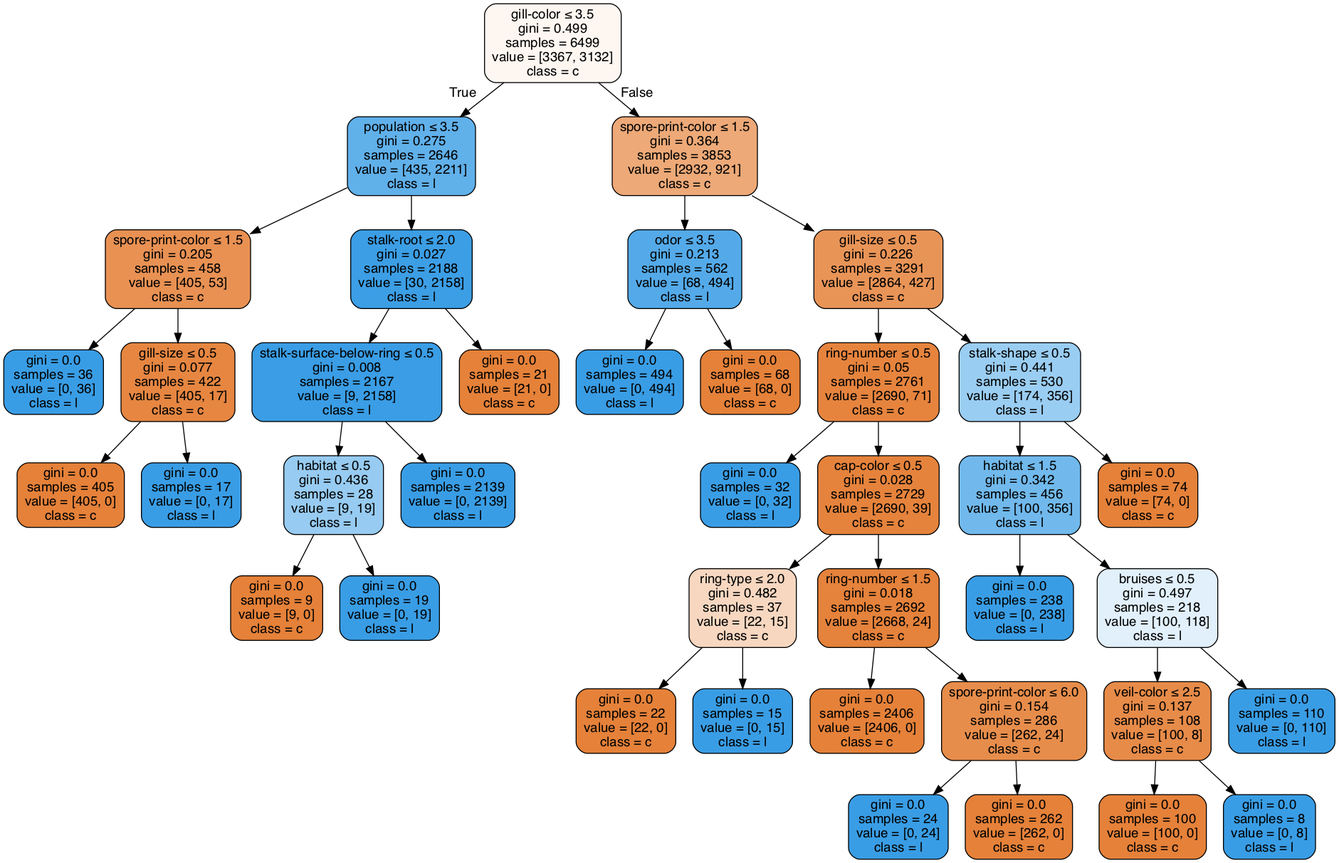
anhle199/Intro2AI-HCMUS keeps this Graphviz diagram as Lab02/clf-80-20.gv.png. Above is the earlier version. Its source is kept beside it as Lab02/clf-80-20.gv.
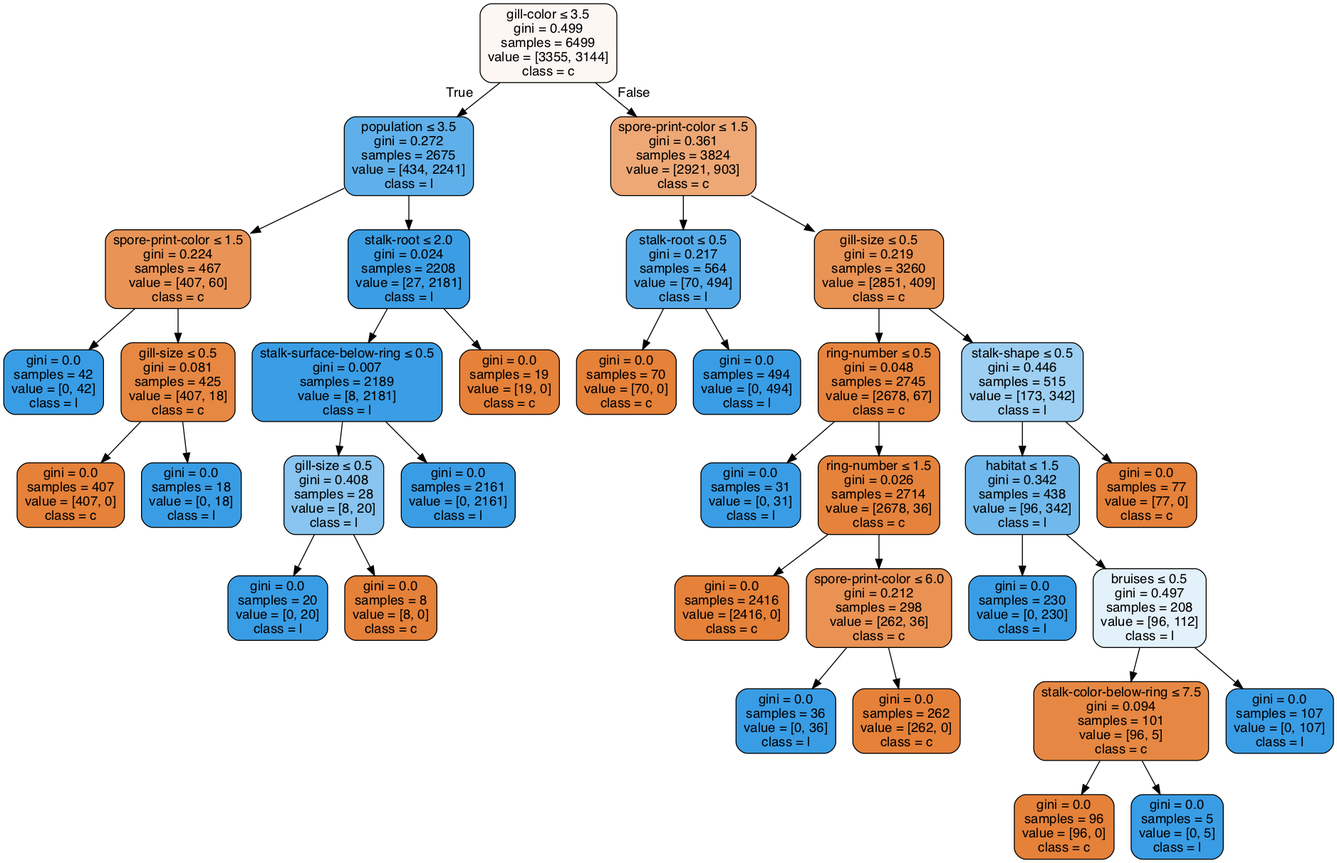
After the commit.

Diff of the diagram source:
```diff
@@ -1,81 +1,73 @@
 digraph Tree {
 node [shape=box, style="filled, rounded", color="black", fontname=helvetica] ;
 edge [fontname=helvetica] ;
-0 [label=<gill-color &le; 3.5<br/>gini = 0.499<br/>samples = 6499<br/>value = [3367, 3132]<br/>class = c>, fillcolor="#fdf6f1"] ;
-1 [label=<population &le; 3.5<br/>gini = 0.275<br/>samples = 2646<br/>value = [435, 2211]<br/>class = l>, fillcolor="#60b0ea"] ;
+0 [label=<gill-color &le; 3.5<br/>gini = 0.499<br/>samples = 6499<br/>value = [3355, 3144]<br/>class = c>, fillcolor="#fdf7f3"] ;
+1 [label=<population &le; 3.5<br/>gini = 0.272<br/>samples = 2675<br/>value = [434, 2241]<br/>class = l>, fillcolor="#5fb0ea"] ;
 0 -> 1 [labeldistance=2.5, labelangle=45, headlabel="True"] ;
-2 [label=<spore-print-color &le; 1.5<br/>gini = 0.205<br/>samples = 458<br/>value = [405, 53]<br/>class = c>, fillcolor="#e89153"] ;
+2 [label=<spore-print-color &le; 1.5<br/>gini = 0.224<br/>samples = 467<br/>value = [407, 60]<br/>class = c>, fillcolor="#e99456"] ;
 1 -> 2 ;
-3 [label=<gini = 0.0<br/>samples = 36<br/>value = [0, 36]<br/>class = l>, fillcolor="#399de5"] ;
+3 [label=<gini = 0.0<br/>samples = 42<br/>value = [0, 42]<br/>class = l>, fillcolor="#399de5"] ;
 2 -> 3 ;
-4 [label=<gill-size &le; 0.5<br/>gini = 0.077<br/>samples = 422<br/>value = [405, 17]<br/>class = c>, fillcolor="#e68641"] ;
+4 [label=<gill-size &le; 0.5<br/>gini = 0.081<br/>samples = 425<br/>value = [407, 18]<br/>class = c>, fillcolor="#e68742"] ;
 2 -> 4 ;
-5 [label=<gini = 0.0<br/>samples = 405<br/>value = [405, 0]<br/>class = c>, fillcolor="#e58139"] ;
+5 [label=<gini = 0.0<br/>samples = 407<br/>value = [407, 0]<br/>class = c>, fillcolor="#e58139"] ;
 4 -> 5 ;
-6 [label=<gini = 0.0<br/>samples = 17<br/>value = [0, 17]<br/>class = l>, fillcolor="#399de5"] ;
+6 [label=<gini = 0.0<br/>samples = 18<br/>value = [0, 18]<br/>class = l>, fillcolor="#399de5"] ;
 4 -> 6 ;
-7 [label=<stalk-root &le; 2.0<br/>gini = 0.027<br/>samples = 2188<br/>value = [30, 2158]<br/>class = l>, fillcolor="#3c9ee5"] ;
+7 [label=<stalk-root &le; 2.0<br/>gini = 0.024<br/>samples = 2208<br/>value = [27, 2181]<br/>class = l>, fillcolor="#3b9ee5"] ;
 1 -> 7 ;
-8 [label=<stalk-surface-below-ring &le; 0.5<br/>gini = 0.008<br/>samples = 2167<br/>value = [9, 2158]<br/>class = l>, fillcolor="#3a9de5"] ;
+8 [label=<stalk-surface-below-ring &le; 0.5<br/>gini = 0.007<br/>samples = 2189<br/>value = [8, 2181]<br/>class = l>, fillcolor="#3a9de5"] ;
 7 -> 8 ;
-9 [label=<habitat &le; 0.5<br/>gini = 0.436<br/>samples = 28<br/>value = [9, 19]<br/>class = l>, fillcolor="#97cbf1"] ;
+9 [label=<gill-size &le; 0.5<br/>gini = 0.408<br/>samples = 28<br/>value = [8, 20]<br/>class = l>, fillcolor="#88c4ef"] ;
 8 -> 9 ;
-10 [label=<gini = 0.0<br/>samples = 9<br/>value = [9, 0]<br/>class = c>, fillcolor="#e58139"] ;
+10 [label=<gini = 0.0<br/>samples = 20<br/>value = [0, 20]<br/>class = l>, fillcolor="#399de5"] ;
 9 -> 10 ;
-11 [label=<gini = 0.0<br/>samples = 19<br/>value = [0, 19]<br/>class = l>, fillcolor="#399de5"] ;
+11 [label=<gini = 0.0<br/>samples = 8<br/>value = [8, 0]<br/>class = c>, fillcolor="#e58139"] ;
 9 -> 11 ;
-12 [label=<gini = 0.0<br/>samples = 2139<br/>value = [0, 2139]<br/>class = l>, fillcolor="#399de5"] ;
+12 [label=<gini = 0.0<br/>samples = 2161<br/>value = [0, 2161]<br/>class = l>, fillcolor="#399de5"] ;
 8 -> 12 ;
-13 [label=<gini = 0.0<br/>samples = 21<br/>value = [21, 0]<br/>class = c>, fillcolor="#e58139"] ;
+13 [label=<gini = 0.0<br/>samples = 19<br/>value = [19, 0]<br/>class = c>, fillcolor="#e58139"] ;
 7 -> 13 ;
-14 [label=<spore-print-color &le; 1.5<br/>gini = 0.364<br/>samples = 3853<br/>value = [2932, 921]<br/>class = c>, fillcolor="#eda977"] ;
+14 [label=<spore-print-color &le; 1.5<br/>gini = 0.361<br/>samples = 3824<br/>value = [2921, 903]<br/>class = c>, fillcolor="#eda876"] ;
 0 -> 14 [labeldistance=2.5, labelangle=-45, headlabel="False"] ;
-15 [label=<odor &le; 3.5<br/>gini = 0.213<br/>samples = 562<br/>value = [68, 494]<br/>class = l>, fillcolor="#54aae9"] ;
+15 [label=<stalk-root &le; 0.5<br/>gini = 0.217<br/>samples = 564<br/>value = [70, 494]<br/>class = l>, fillcolor="#55abe9"] ;
 14 -> 15 ;
-16 [label=<gini = 0.0<br/>samples = 494<br/>value = [0, 494]<br/>class = l>, fillcolor="#399de5"] ;
+16 [label=<gini = 0.0<br/>samples = 70<br/>value = [70, 0]<br/>class = c>, fillcolor="#e58139"] ;
 15 -> 16 ;
-17 [label=<gini = 0.0<br/>samples = 68<br/>value = [68, 0]<br/>class = c>, fillcolor="#e58139"] ;
+17 [label=<gini = 0.0<br/>samples = 494<br/>value = [0, 494]<br/>class = l>, fillcolor="#399de5"] ;
 15 -> 17 ;
-18 [label=<gill-size &le; 0.5<br/>gini = 0.226<br/>samples = 3291<br/>value = [2864, 427]<br/>class = c>, fillcolor="#e99457"] ;
+18 [label=<gill-size &le; 0.5<br/>gini = 0.219<br/>samples = 3260<br/>value = [2851, 409]<br/>class = c>, fillcolor="#e99355"] ;
 14 -> 18 ;
-19 [label=<ring-number &le; 0.5<br/>gini = 0.05<br/>samples = 2761<br/>value = [2690, 71]<br/>class = c>, fillcolor="#e6843e"] ;
+19 [label=<ring-number &le; 0.5<br/>gini = 0.048<br/>samples = 2745<br/>value = [2678, 67]<br/>class = c>, fillcolor="#e6843e"] ;
 18 -> 19 ;
-20 [label=<gini = 0.0<br/>samples = 32<br/>value = [0, 32]<br/>class = l>, fillcolor="#399de5"] ;
+20 [label=<gini = 0.0<br/>samples = 31<br/>value = [0, 31]<br/>class = l>, fillcolor="#399de5"] ;
 19 -> 20 ;
-21 [label=<cap-color &le; 0.5<br/>gini = 0.028<br/>samples = 2729<br/>value = [2690, 39]<br/>class = c>, fillcolor="#e5833c"] ;
+21 [label=<ring-number &le; 1.5<br/>gini = 0.026<br/>samples = 2714<br/>value = [2678, 36]<br/>class = c>, fillcolor="#e5833c"] ;
 19 -> 21 ;
-22 [label=<ring-type &le; 2.0<br/>gini = 0.482<br/>samples = 37<br/>value = [22, 15]<br/>class = c>, fillcolor="#f7d7c0"] ;
+22 [label=<gini = 0.0<br/>samples = 2416<br/>value = [2416, 0]<br/>class = c>, fillcolor="#e58139"] ;
 21 -> 22 ;
-23 [label=<gini = 0.0<br/>samples = 22<br/>value = [22, 0]<br/>class = c>, fillcolor="#e58139"] ;
-22 -> 23 ;
-24 [label=<gini = 0.0<br/>samples = 15<br/>value = [0, 15]<br/>class = l>, fillcolor="#399de5"] ;
-22 -> 24 ;
-25 [label=<ring-number &le; 1.5<br/>gini = 0.018<br/>samples = 2692<br/>value = [2668, 24]<br/>class = c>, fillcolor="#e5823b"] ;
-21 -> 25 ;
-26 [label=<gini = 0.0<br/>samples = 2406<br/>value = [2406, 0]<br/>class = c>, fillcolor="#e58139"] ;
-25 -> 26 ;
-27 [label=<spore-print-color &le; 6.0<br/>gini = 0.154<br/>samples = 286<br/>value = [262, 24]<br/>class = c>, fillcolor="#e78d4b"] ;
-25 -> 27 ;
-28 [label=<gini = 0.0<br/>samples = 24<br/>value = [0, 24]<br/>class = l>, fillcolor="#399de5"] ;
+23 [label=<spore-print-color &le; 6.0<br/>gini = 0.212<br/>samples = 298<br/>value = [262, 36]<br/>class = c>, fillcolor="#e99254"] ;
+21 -> 23 ;
+24 [label=<gini = 0.0<br/>samples = 36<br/>value = [0, 36]<br/>class = l>, fillcolor="#399de5"] ;
+23 -> 24 ;
+25 [label=<gini = 0.0<br/>samples = 262<br/>value = [262, 0]<br/>class = c>, fillcolor="#e58139"] ;
+23 -> 25 ;
+26 [label=<stalk-shape &le; 0.5<br/>gini = 0.446<br/>samples = 515<br/>value = [173, 342]<br/>class = l>, fillcolor="#9dcff2"] ;
+18 -> 26 ;
+27 [label=<habitat &le; 1.5<br/>gini = 0.342<br/>samples = 438<br/>value = [96, 342]<br/>class = l>, fillcolor="#71b9ec"] ;
+26 -> 27 ;
+28 [label=<gini = 0.0<br/>samples = 230<br/>value = [0, 230]<br/>class = l>, fillcolor="#399de5"] ;
 27 -> 28 ;
-29 [label=<gini = 0.0<br/>samples = 262<br/>value = [262, 0]<br/>class = c>, fillcolor="#e58139"] ;
+29 [label=<bruises &le; 0.5<br/>gini = 0.497<br/>samples = 208<br/>value = [96, 112]<br/>class = l>, fillcolor="#e3f1fb"] ;
 27 -> 29 ;
-30 [label=<stalk-shape &le; 0.5<br/>gini = 0.441<br/>samples = 530<br/>value = [174, 356]<br/>class = l>, fillcolor="#9acdf2"] ;
-18 -> 30 ;
-31 [label=<habitat &le; 1.5<br/>gini = 0.342<br/>samples = 456<br/>value = [100, 356]<br/>class = l>, fillcolor="#71b9ec"] ;
+30 [label=<stalk-color-below-ring &le; 7.5<br/>gini = 0.094<br/>samples = 101<br/>value = [96, 5]<br/>class = c>, fillcolor="#e68843"] ;
+29 -> 30 ;
+31 [label=<gini = 0.0<br/>samples = 96<br/>value = [96, 0]<br/>class = c>, fillcolor="#e58139"] ;
 30 -> 31 ;
-32 [label=<gini = 0.0<br/>samples = 238<br/>value = [0, 238]<br/>class = l>, fillcolor="#399de5"] ;
-31 -> 32 ;
-33 [label=<bruises &le; 0.5<br/>gini = 0.497<br/>samples = 218<br/>value = [100, 118]<br/>class = l>, fillcolor="#e1f0fb"] ;
-31 -> 33 ;
-34 [label=<veil-color &le; 2.5<br/>gini = 0.137<br/>samples = 108<br/>value = [100, 8]<br/>class = c>, fillcolor="#e78b49"] ;
-33 -> 34 ;
-35 [label=<gini = 0.0<br/>samples = 100<br/>value = [100, 0]<br/>class = c>, fillcolor="#e58139"] ;
-34 -> 35 ;
-36 [label=<gini = 0.0<br/>samples = 8<br/>value = [0, 8]<br/>class = l>, fillcolor="#399de5"] ;
-34 -> 36 ;
-37 [label=<gini = 0.0<br/>samples = 110<br/>value = [0, 110]<br/>class = l>, fillcolor="#399de5"] ;
-33 -> 37 ;
-38 [label=<gini = 0.0<br/>samples = 74<br/>value = [74, 0]<br/>class = c>, fillcolor="#e58139"] ;
-30 -> 38 ;
+32 [label=<gini = 0.0<br/>samples = 5<br/>value = [0, 5]<br/>class = l>, fillcolor="#399de5"] ;
+30 -> 32 ;
+33 [label=<gini = 0.0<br/>samples = 107<br/>value = [0, 107]<br/>class = l>, fillcolor="#399de5"] ;
+29 -> 33 ;
+34 [label=<gini = 0.0<br/>samples = 77<br/>value = [77, 0]<br/>class = c>, fillcolor="#e58139"] ;
+26 -> 34 ;
 }
```
